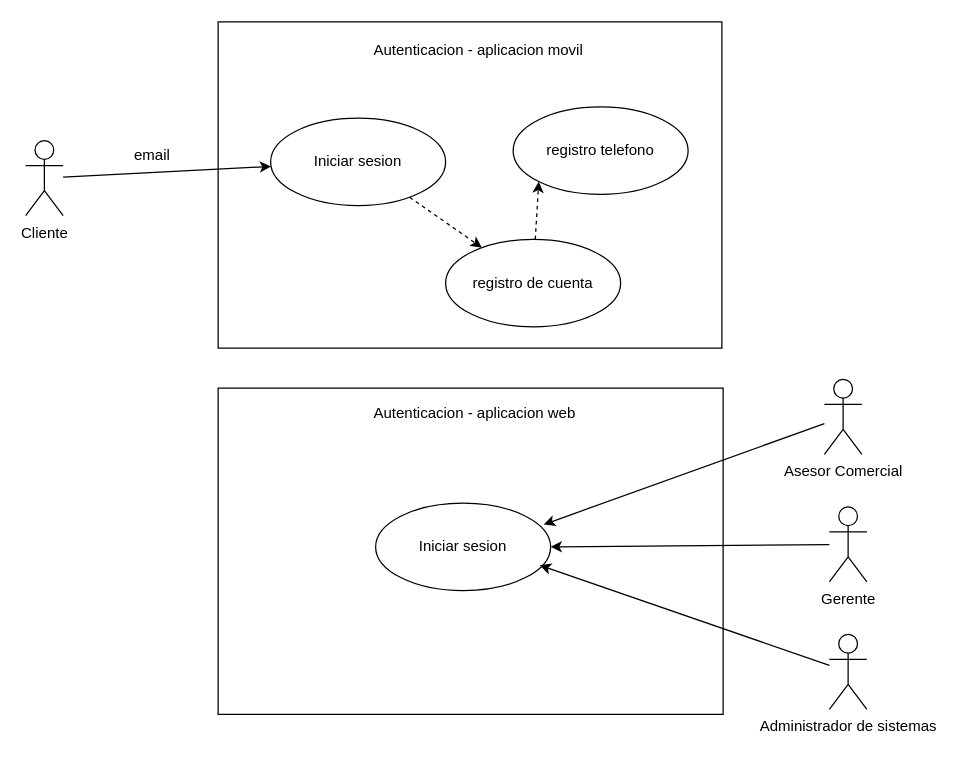
This is docs/use cases/authentication.drawio from alexrv11/credicuotas, a draw.io file, before an edit. Source tidied: cells renumbered, new cells numbered last; positions are measured from the earlier drawing's top-left corner, leaving out a move shared by most shapes. Both pictures are drawn from the tidied source at 125%, with x=0, y=0 at pixel (25, 21).
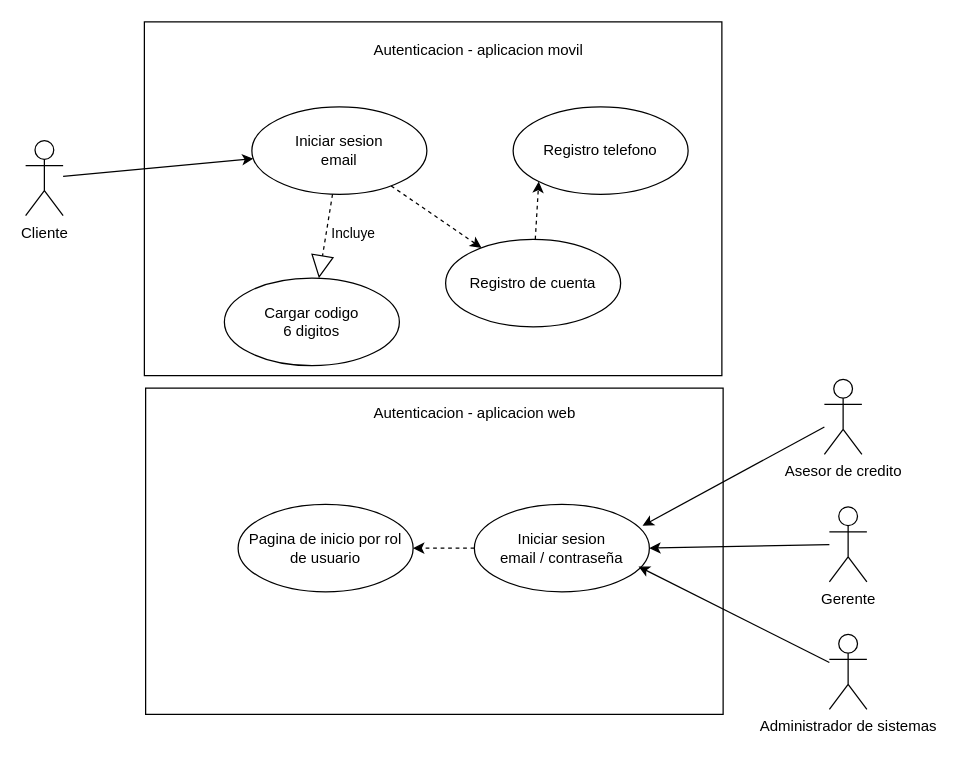
The same page after the edit.

Change to the diagram source:
```diff
@@
     <mxCell id="2" style="rounded=0;whiteSpace=wrap;html=1;" parent="1" vertex="1">
-      <mxGeometry x="154" y="293" width="404" height="261" as="geometry" />
+      <mxGeometry x="96" y="293" width="462" height="261" as="geometry" />
     </mxCell>
     <mxCell id="3" style="rounded=0;whiteSpace=wrap;html=1;" parent="1" vertex="1">
-      <mxGeometry x="154" width="403" height="261" as="geometry" />
+      <mxGeometry x="95" width="462" height="283" as="geometry" />
     </mxCell>
@@
-    <mxCell id="6" value="Iniciar sesion" style="ellipse;whiteSpace=wrap;html=1;" parent="1" vertex="1">
-      <mxGeometry x="196" y="77" width="140" height="70" as="geometry" />
+    <mxCell id="6" value="Iniciar sesion &lt;br&gt;email" style="ellipse;whiteSpace=wrap;html=1;" parent="1" vertex="1">
+      <mxGeometry x="181" y="68" width="140" height="70" as="geometry" />
     </mxCell>
-    <mxCell id="7" value="Iniciar sesion" style="ellipse;whiteSpace=wrap;html=1;" parent="1" vertex="1">
-      <mxGeometry x="280" y="385" width="140" height="70" as="geometry" />
+    <mxCell id="7" value="Iniciar sesion&lt;br&gt;email / contraseña" style="ellipse;whiteSpace=wrap;html=1;" parent="1" vertex="1">
+      <mxGeometry x="359" y="386" width="140" height="70" as="geometry" />
     </mxCell>
@@
-    <mxCell id="9" value="Asesor Comercial" style="shape=umlActor;verticalLabelPosition=bottom;verticalAlign=top;html=1;" parent="1" vertex="1">
+    <mxCell id="9" value="Asesor de credito" style="shape=umlActor;verticalLabelPosition=bottom;verticalAlign=top;html=1;" parent="1" vertex="1">
       <mxGeometry x="639" y="286" width="30" height="60" as="geometry" />
     </mxCell>
@@
-    <mxCell id="18" value="registro de cuenta" style="ellipse;whiteSpace=wrap;html=1;" parent="1" vertex="1">
+    <mxCell id="18" value="Registro de cuenta" style="ellipse;whiteSpace=wrap;html=1;" parent="1" vertex="1">
       <mxGeometry x="336" y="174" width="140" height="70" as="geometry" />
     </mxCell>
-    <mxCell id="19" value="registro telefono" style="ellipse;whiteSpace=wrap;html=1;" parent="1" vertex="1">
+    <mxCell id="19" value="Registro telefono" style="ellipse;whiteSpace=wrap;html=1;" parent="1" vertex="1">
       <mxGeometry x="390" y="68" width="140" height="70" as="geometry" />
     </mxCell>
-    <mxCell id="20" value="email" style="text;html=1;align=center;verticalAlign=middle;strokeColor=none;" parent="1" vertex="1">
-      <mxGeometry x="81" y="98" width="39" height="18" as="geometry" />
-    </mxCell>
+    <mxCell id="21" value="Pagina de inicio por rol de usuario" style="ellipse;whiteSpace=wrap;html=1;" parent="1" vertex="1">
+      <mxGeometry x="170" y="386" width="140" height="70" as="geometry" />
+    </mxCell>
+    <mxCell id="22" style="edgeStyle=none;html=1;dashed=1;exitX=0;exitY=0.5;exitDx=0;exitDy=0;entryX=1;entryY=0.5;entryDx=0;entryDy=0;" parent="1" edge="1" source="7" target="21">
+      <mxGeometry relative="1" as="geometry" />
+    </mxCell>
+    <mxCell id="23" value="Cargar codigo &lt;br&gt;6 digitos" style="ellipse;whiteSpace=wrap;html=1;" parent="1" vertex="1">
+      <mxGeometry x="159" y="205" width="140" height="70" as="geometry" />
+    </mxCell>
+    <mxCell id="24" value="Incluye" style="endArrow=block;endSize=16;endFill=0;html=1;dashed=1;" parent="1" edge="1" source="6" target="23">
+      <mxGeometry x="-0.18" y="21" relative="1" as="geometry" />
+    </mxCell>
```
